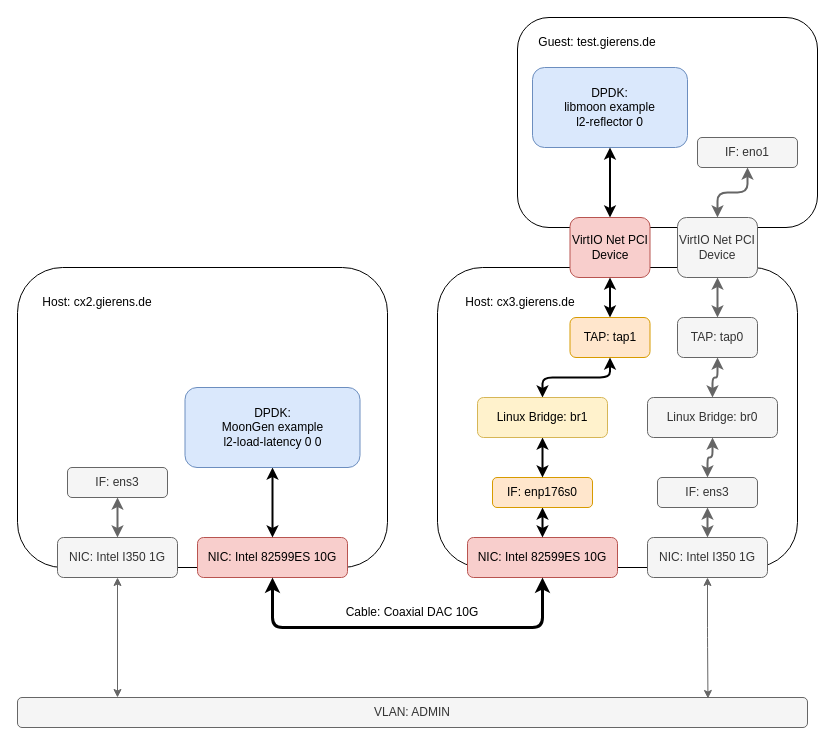
vmuxIO/diagrams keeps this draw.io diagram as page "Bridged TAP VirtIO" (2 of 2) of testsystem.drawio. Above is the earlier version. Source tidied: cells renumbered, new cells numbered last; positions are measured from the earlier drawing's top-left corner, leaving out a move shared by most shapes. Both pictures are drawn from the tidied source at 100%, with x=0, y=0 at pixel (17, 17).
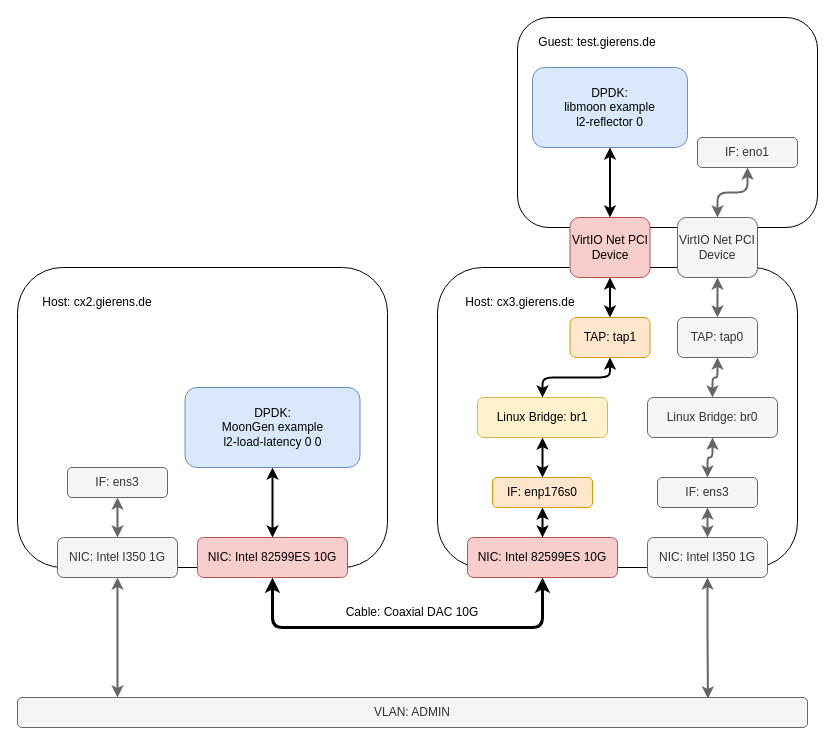
The same diagram, later.

Commit message:
Update testsystem.drawio bridged tap config

Unchanged cells that the change refers to:
```xml
<mxCell id="2" style="group;" parent="1" vertex="1">
  <mxGeometry width="800" height="710" as="geometry" />
</mxCell>
<mxCell id="9" value="VLAN: ADMIN" style="rounded=1;whiteSpace=wrap;html=1;fillColor=#f5f5f5;fontColor=#333333;strokeColor=#666666;" parent="2" vertex="1">
  <mxGeometry y="680" width="790" height="30" as="geometry" />
</mxCell>
<mxCell id="11" value="NIC: Intel I350 1G" style="rounded=1;whiteSpace=wrap;html=1;fillColor=#f5f5f5;fontColor=#333333;strokeColor=#666666;" parent="2" vertex="1">
  <mxGeometry x="40" y="520" width="120" height="40" as="geometry" />
</mxCell>
<mxCell id="13" value="NIC: Intel I350 1G" style="rounded=1;whiteSpace=wrap;html=1;fillColor=#f5f5f5;fontColor=#333333;strokeColor=#666666;" parent="2" vertex="1">
  <mxGeometry x="630" y="520" width="120" height="40" as="geometry" />
</mxCell>
```

Change to the diagram source:
```diff
@@
-    <mxCell id="10" style="edgeStyle=orthogonalEdgeStyle;rounded=1;jettySize=auto;html=1;startArrow=classic;startFill=1;strokeWidth=1;fillColor=#f5f5f5;strokeColor=#666666;" parent="2" edge="1" source="11" target="9">
+    <mxCell id="10" style="edgeStyle=orthogonalEdgeStyle;rounded=1;jettySize=auto;html=1;startArrow=classic;startFill=1;strokeWidth=2;fillColor=#f5f5f5;strokeColor=#666666;" parent="2" edge="1" source="11" target="9">
       <mxGeometry relative="1" as="geometry">
         <Array as="points">
           <mxPoint x="260" y="690" />
           <mxPoint x="260" y="690" />
         </Array>
       </mxGeometry>
     </mxCell>
@@
-    <mxCell id="12" style="edgeStyle=orthogonalEdgeStyle;rounded=1;jettySize=auto;html=1;entryX=0.874;entryY=0.033;entryDx=0;entryDy=0;entryPerimeter=0;startArrow=classic;startFill=1;strokeWidth=1;fillColor=#f5f5f5;strokeColor=#666666;" parent="2" edge="1" source="13" target="9">
+    <mxCell id="12" style="edgeStyle=orthogonalEdgeStyle;rounded=1;jettySize=auto;html=1;entryX=0.874;entryY=0.033;entryDx=0;entryDy=0;entryPerimeter=0;startArrow=classic;startFill=1;strokeWidth=2;fillColor=#f5f5f5;strokeColor=#666666;" parent="2" edge="1" source="13" target="9">
       <mxGeometry relative="1" as="geometry" />
     </mxCell>
```
